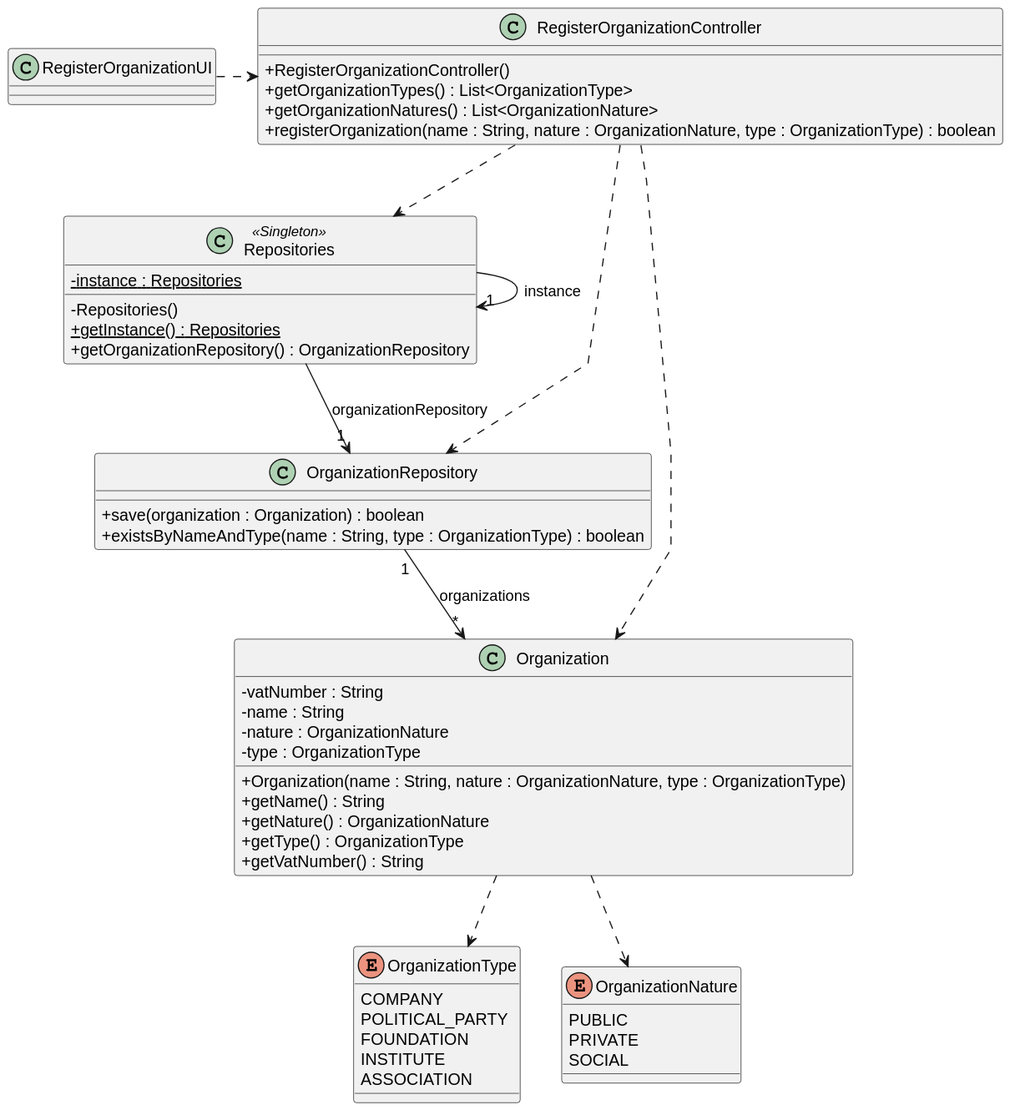
Before: docs/system-documentation/US04/03.design/svg/US04-CD.svg, a diagram exported from PlantUML (brunodspinto/crystal-clear-platform). Its source is kept beside it as docs/system-documentation/US04/03.design/puml/US04-CD.puml.
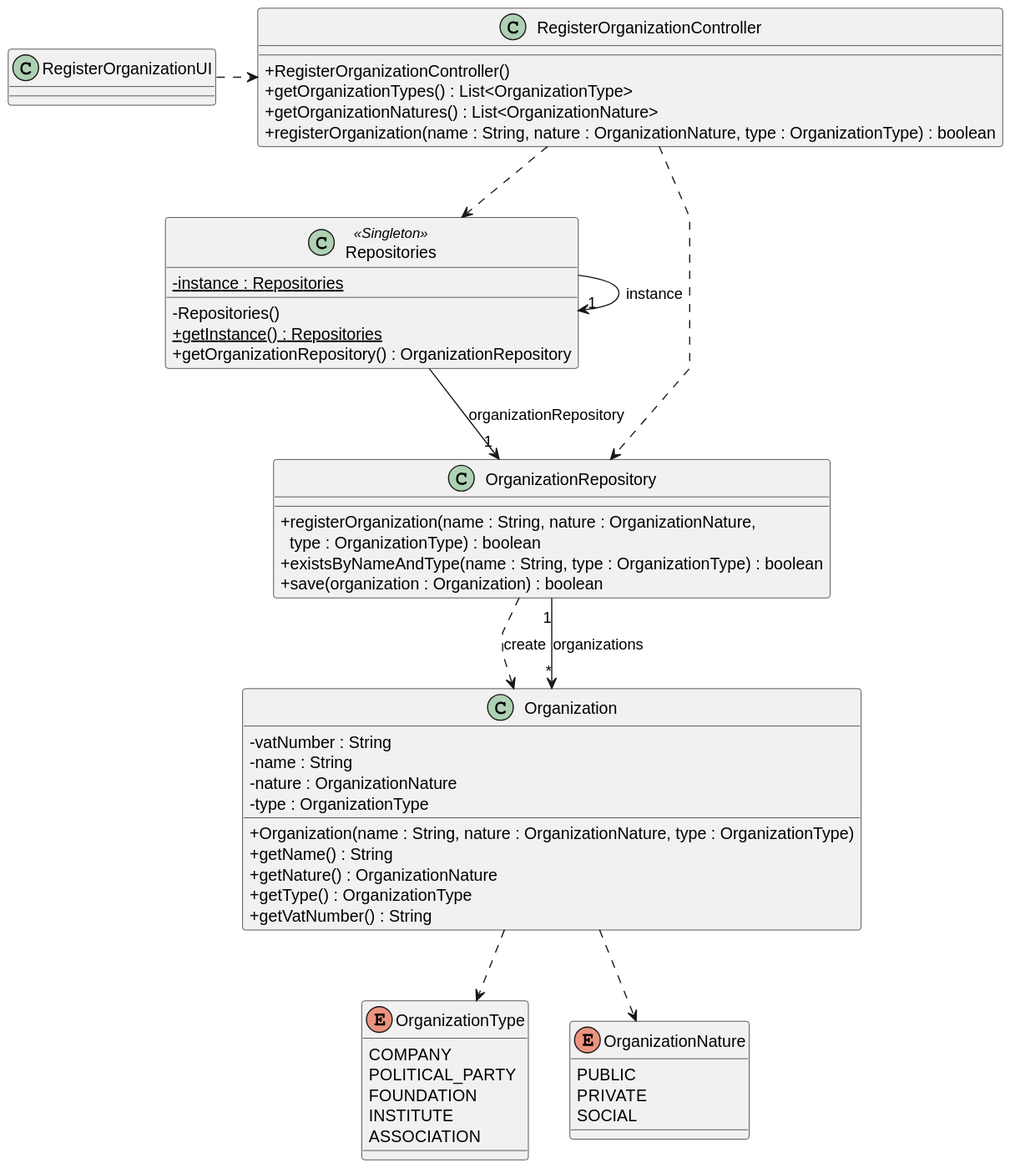
The same diagram one commit later.

Diff of the diagram source:
```diff
@@ -22,8 +22,9 @@
 }
 
 class OrganizationRepository {
+    + registerOrganization(name : String, nature : OrganizationNature,\n  type : OrganizationType) : boolean
+    + existsByNameAndType(name : String, type : OrganizationType) : boolean
     + save(organization : Organization) : boolean
-    + existsByNameAndType(name : String, type : OrganizationType) : boolean
 }
 
 class Organization {
@@ -56,11 +57,11 @@
 
 RegisterOrganizationController ..> Repositories
 RegisterOrganizationController ..> OrganizationRepository
-RegisterOrganizationController ..> Organization
 
 Repositories -> "1" Repositories : instance
 Repositories --> "1" OrganizationRepository : organizationRepository
 
+OrganizationRepository ..> Organization : «create»
 OrganizationRepository "1" --> "*" Organization : organizations
 
 Organization ..> OrganizationType
```
